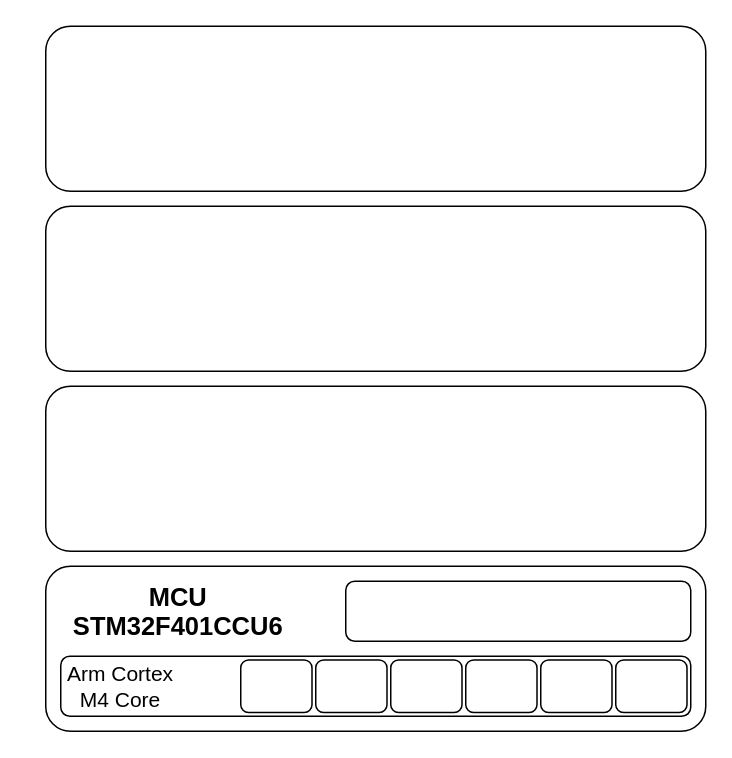
This is ARC.drawio from MohamadAbdoMaklad/STM32F401CCU6_Drivers, a draw.io file, before an edit. Source tidied: cells renumbered, new cells numbered last; positions are measured from the earlier drawing's top-left corner, leaving out a move shared by most shapes. Both pictures are drawn from the tidied source at 150%, with x=0, y=0 at pixel (30, 26).
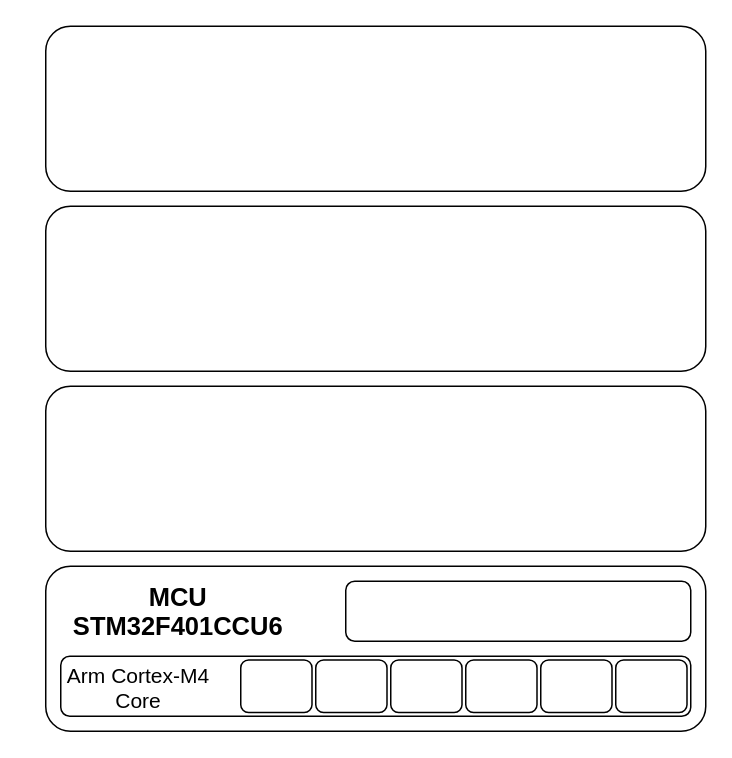
After the change.

The edit, as a diff of the source:
```diff
@@
 <mxGraphModel>
   <root>
     <mxCell id="0" />
     <mxCell id="1" parent="0" />
     <mxCell id="2" style="rounded=1;whiteSpace=wrap;html=1;" parent="1" vertex="1">
       <mxGeometry x="10" width="440" height="110" as="geometry" />
     </mxCell>
     <mxCell id="3" style="rounded=1;whiteSpace=wrap;html=1;" parent="1" vertex="1">
       <mxGeometry x="10" y="120" width="440" height="110" as="geometry" />
     </mxCell>
     <mxCell id="4" style="rounded=1;whiteSpace=wrap;html=1;" parent="1" vertex="1">
       <mxGeometry x="10" y="240" width="440" height="110" as="geometry" />
     </mxCell>
     <mxCell id="5" style="rounded=1;whiteSpace=wrap;html=1;" parent="1" vertex="1">
       <mxGeometry x="10" y="360" width="440" height="110" as="geometry" />
     </mxCell>
     <mxCell id="6" value="&lt;p style=&quot;line-height: 75%; font-size: 22px;&quot;&gt;&lt;b style=&quot;font-size: 17px;&quot;&gt;MCU&lt;br&gt;STM32F401CCU6&lt;/b&gt;&lt;/p&gt;" style="text;html=1;strokeColor=none;fillColor=none;align=center;verticalAlign=middle;whiteSpace=wrap;rounded=0;" parent="1" vertex="1">
       <mxGeometry y="360" width="197" height="60" as="geometry" />
     </mxCell>
     <mxCell id="7" style="rounded=1;whiteSpace=wrap;html=1;fontSize=17;" parent="1" vertex="1">
       <mxGeometry x="20" y="420" width="420" height="40" as="geometry" />
     </mxCell>
     <mxCell id="8" style="rounded=1;whiteSpace=wrap;html=1;fontSize=17;" parent="1" vertex="1">
       <mxGeometry x="210" y="370" width="230" height="40" as="geometry" />
     </mxCell>
-    <mxCell id="9" value="Arm Cortex&lt;br&gt;M4 Core" style="text;html=1;strokeColor=none;fillColor=none;align=center;verticalAlign=middle;whiteSpace=wrap;rounded=0;fontSize=14;" parent="1" vertex="1">
-      <mxGeometry x="10" y="422.5" width="100" height="35" as="geometry" />
+    <mxCell id="9" value="Arm Cortex-M4&lt;br&gt;Core" style="text;html=1;strokeColor=none;fillColor=none;align=center;verticalAlign=middle;whiteSpace=wrap;rounded=0;fontSize=14;" parent="1" vertex="1">
+      <mxGeometry x="-3" y="423" width="150" height="35" as="geometry" />
     </mxCell>
     <mxCell id="10" style="rounded=1;whiteSpace=wrap;html=1;fontSize=14;" parent="1" vertex="1">
       <mxGeometry x="240" y="422.5" width="47.5" height="35" as="geometry" />
     </mxCell>
     <mxCell id="11" style="rounded=1;whiteSpace=wrap;html=1;fontSize=14;" parent="1" vertex="1">
       <mxGeometry x="290" y="422.5" width="47.5" height="35" as="geometry" />
     </mxCell>
     <mxCell id="12" style="rounded=1;whiteSpace=wrap;html=1;fontSize=14;" parent="1" vertex="1">
       <mxGeometry x="340" y="422.5" width="47.5" height="35" as="geometry" />
     </mxCell>
     <mxCell id="13" style="rounded=1;whiteSpace=wrap;html=1;fontSize=14;" parent="1" vertex="1">
       <mxGeometry x="390" y="422.5" width="47.5" height="35" as="geometry" />
     </mxCell>
     <mxCell id="14" style="rounded=1;whiteSpace=wrap;html=1;fontSize=14;" parent="1" vertex="1">
       <mxGeometry x="190" y="422.5" width="47.5" height="35" as="geometry" />
     </mxCell>
     <mxCell id="15" style="rounded=1;whiteSpace=wrap;html=1;fontSize=14;labelBorderColor=none;" parent="1" vertex="1">
       <mxGeometry x="140" y="422.5" width="47.5" height="35" as="geometry" />
     </mxCell>
   </root>
 </mxGraphModel>
```
